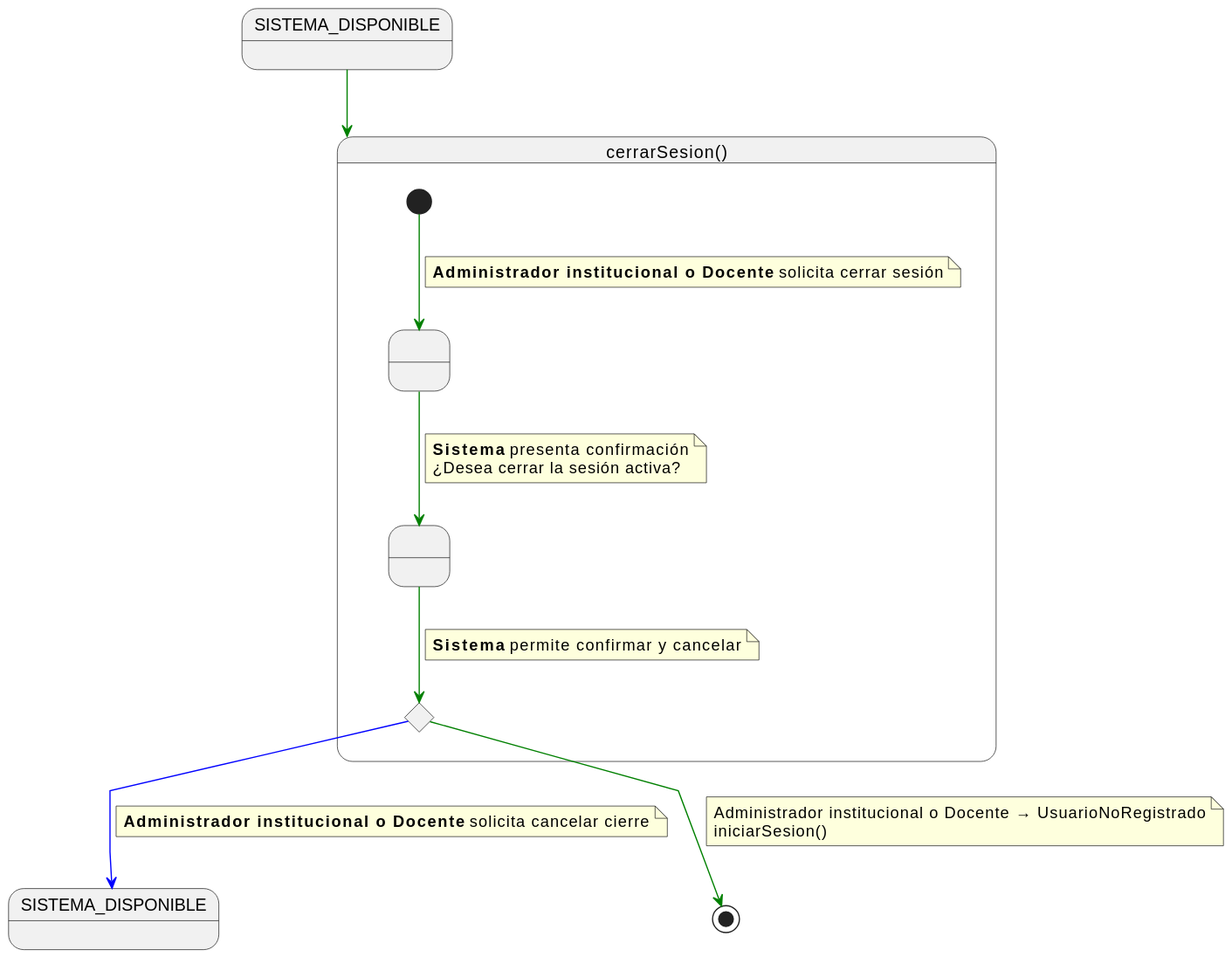
The PlantUML diagram documents/casos-de-uso/detalladoCasosDeUso/cerrarSesion/cerrarSesion.svg in martinlopez7/25-26-IdSw1-SdR, before a commit.
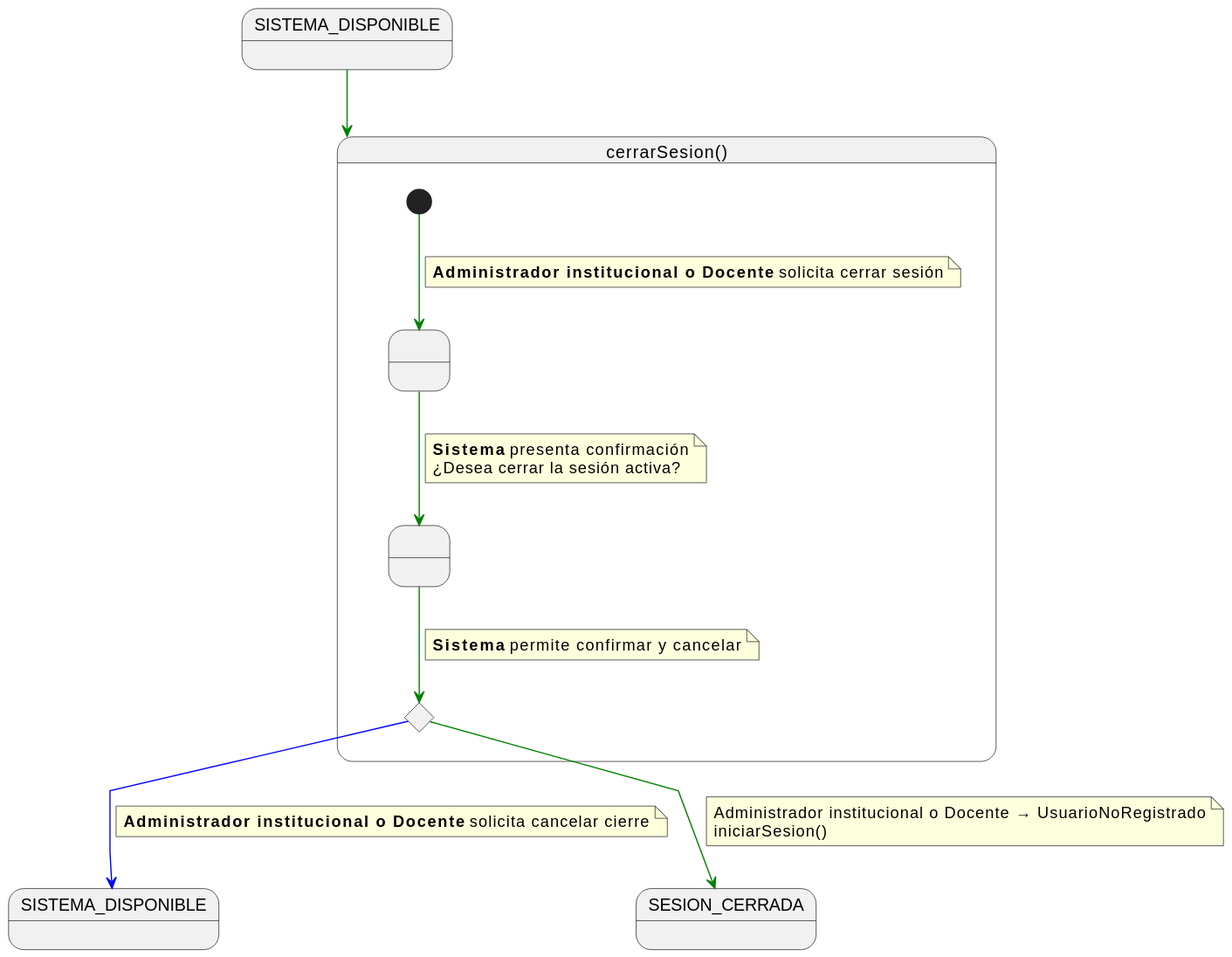
Later version of the same file.

What changed in the source:
```diff
@@ -36,7 +36,7 @@
     <b>Administrador institucional o Docente</b> solicita cancelar cierre
     end note
 
-    c -[#green]-> [*]
+    c -[#green]-> SESION_CERRADA
     note on link
     Administrador institucional o Docente → UsuarioNoRegistrado
     iniciarSesion()
```
